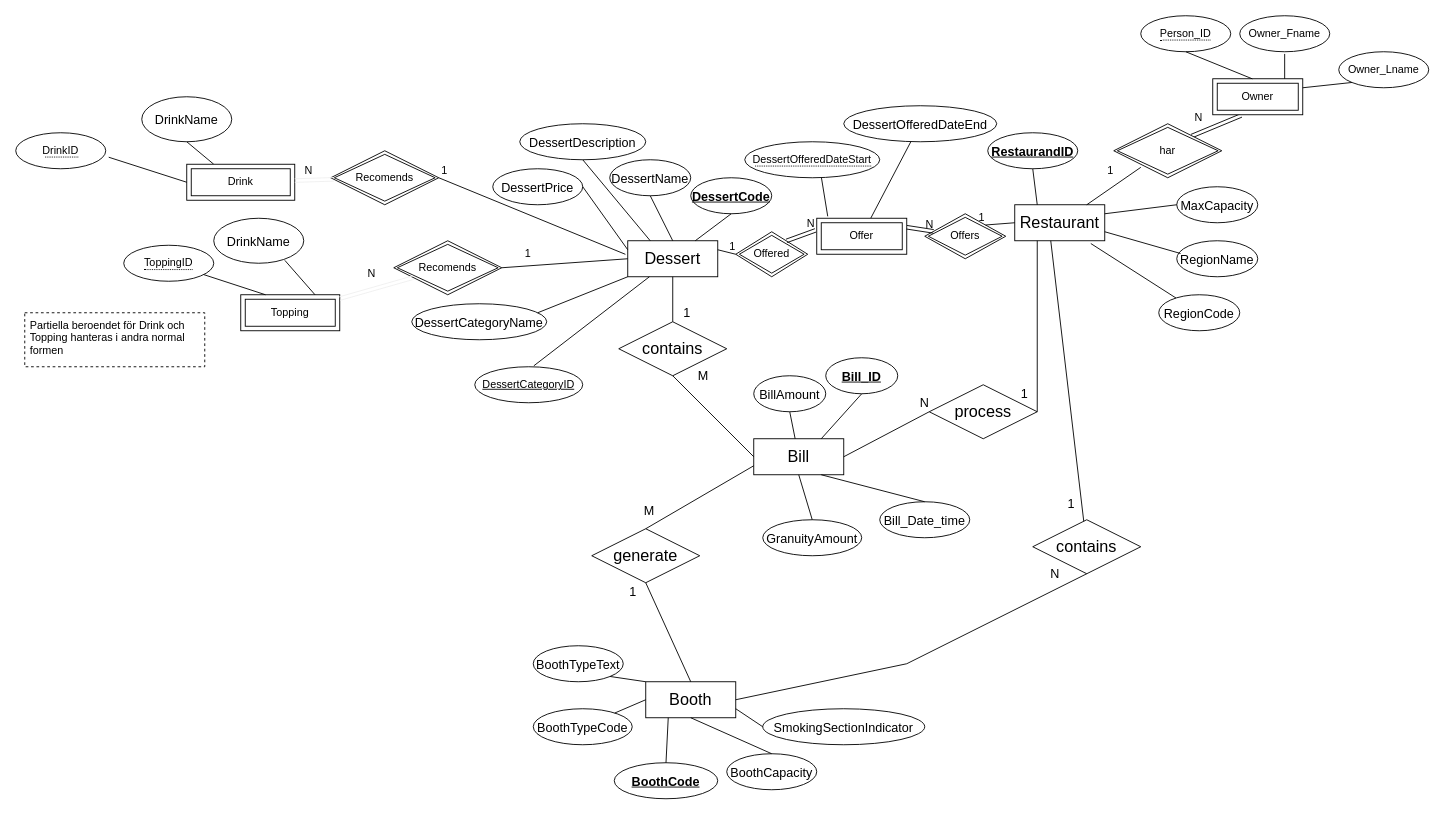
Earlier version of the draw.io diagram Labb3/N1/Dessert_DiagramN1.drawio (PyroG8r/Databaser-DT139G). Source tidied: cells renumbered, new cells numbered last; positions are measured from the earlier drawing's top-left corner, leaving out a move shared by most shapes. Both pictures are drawn from the tidied source at 90%, with x=0, y=0 at pixel (15, 15).
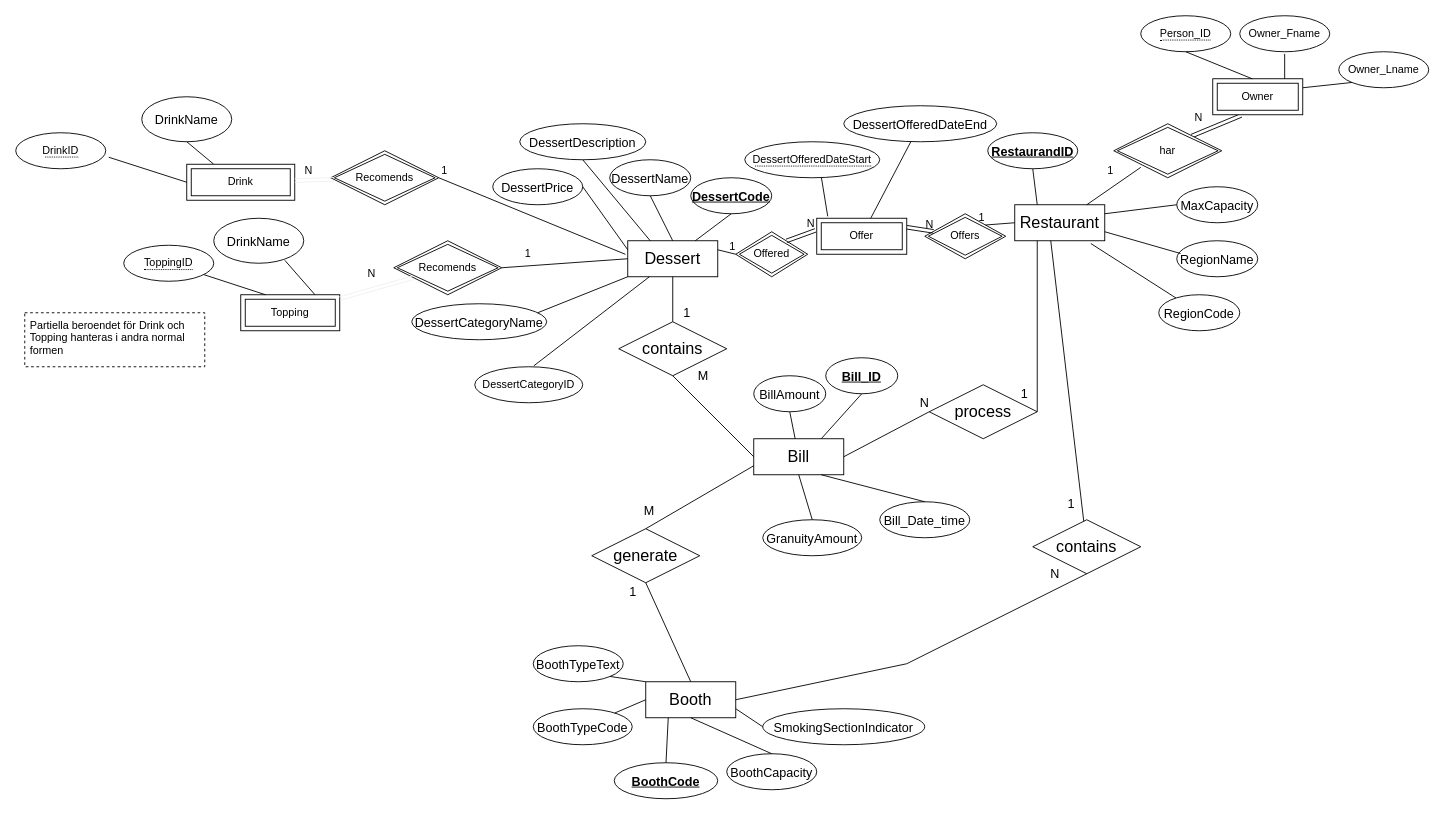
After the change.

What changed in the source:
```diff
@@
-    <mxCell id="83" value="DessertCategoryID" style="ellipse;whiteSpace=wrap;html=1;align=center;fontStyle=4;" parent="1" vertex="1">
+    <mxCell id="83" value="DessertCategoryID" style="ellipse;whiteSpace=wrap;html=1;align=center;fontStyle=0;" parent="1" vertex="1">
       <mxGeometry x="510" y="390" width="120" height="40" as="geometry" />
     </mxCell>
```
